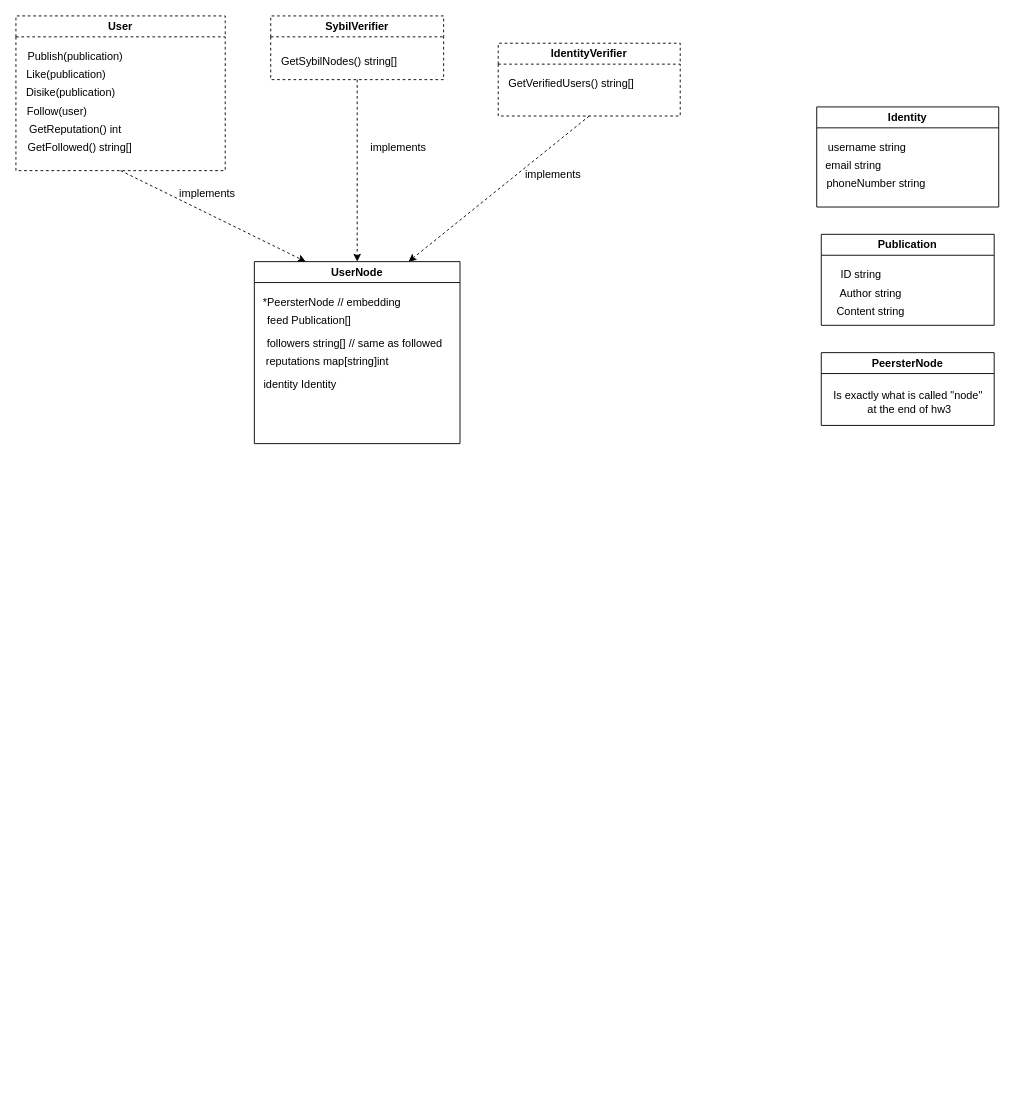
gmessmer/cs438 keeps this draw.io diagram as diagrams/Minotor_diagram.drawio. Above is the earlier version. Source tidied: cells renumbered, new cells numbered last; positions are measured from the earlier drawing's top-left corner, leaving out a move shared by most shapes. Both pictures are drawn from the tidied source at 91%, with x=0, y=0 at pixel (15, 15).
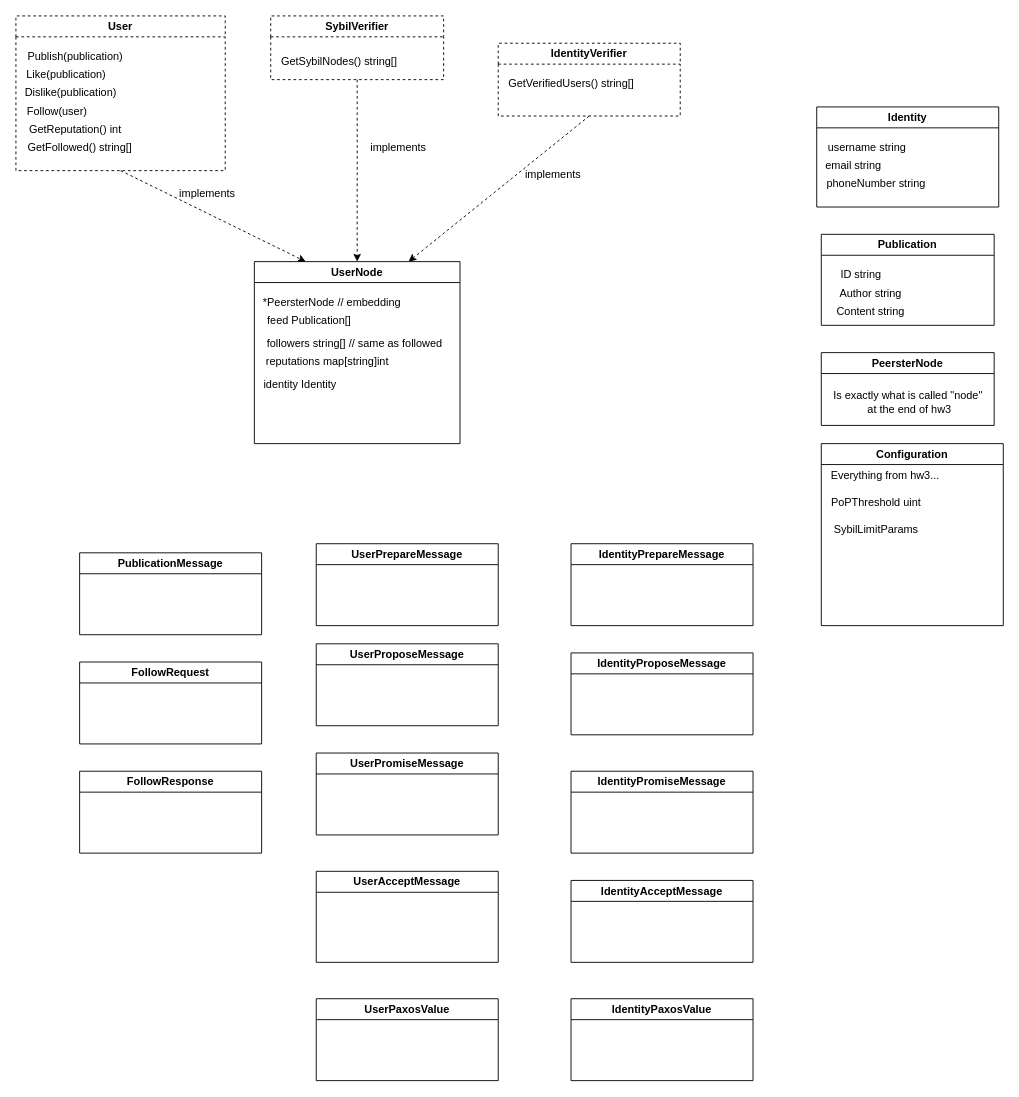
The same page after the edit.

Unchanged cells that the change refers to:
```xml
<mxCell id="3" value="User" style="swimlane;whiteSpace=wrap;html=1;dashed=1;" parent="1" vertex="1">
  <mxGeometry width="230" height="170" as="geometry" />
</mxCell>
```

What changed in the source:
```diff
@@
-    <mxCell id="6" value="Disike(publication)" style="text;html=1;align=center;verticalAlign=middle;strokeColor=none;fillColor=none;dashed=1;" parent="3" vertex="1">
+    <mxCell id="6" value="Dislike(publication)" style="text;html=1;align=center;verticalAlign=middle;strokeColor=none;fillColor=none;dashed=1;" parent="3" vertex="1">
       <mxGeometry y="70" width="120" height="30" as="geometry" />
     </mxCell>
@@
+    <mxCell id="35" value="Configuration" style="swimlane;whiteSpace=wrap;html=1;" parent="1" vertex="1">
+      <mxGeometry x="885" y="470" width="200" height="200" as="geometry" />
+    </mxCell>
+    <mxCell id="36" value="PoPThreshold uint" style="text;html=1;align=center;verticalAlign=middle;strokeColor=none;fillColor=none;" parent="35" vertex="1">
+      <mxGeometry y="50" width="120" height="30" as="geometry" />
+    </mxCell>
+    <mxCell id="37" value="SybilLimitParams" style="text;html=1;align=center;verticalAlign=middle;strokeColor=none;fillColor=none;" parent="35" vertex="1">
+      <mxGeometry y="80" width="120" height="30" as="geometry" />
+    </mxCell>
+    <mxCell id="38" value="Everything from hw3..." style="text;html=1;align=center;verticalAlign=middle;strokeColor=none;fillColor=none;" parent="35" vertex="1">
+      <mxGeometry y="20" width="140" height="30" as="geometry" />
+    </mxCell>
+    <mxCell id="39" value="PublicationMessage" style="swimlane;whiteSpace=wrap;html=1;" parent="1" vertex="1">
+      <mxGeometry x="70" y="590" width="200" height="90" as="geometry" />
+    </mxCell>
+    <mxCell id="40" value="UserPrepareMessage" style="swimlane;whiteSpace=wrap;html=1;" parent="1" vertex="1">
+      <mxGeometry x="330" y="580" width="200" height="90" as="geometry" />
+    </mxCell>
+    <mxCell id="41" value="UserProposeMessage" style="swimlane;whiteSpace=wrap;html=1;" parent="1" vertex="1">
+      <mxGeometry x="330" y="690" width="200" height="90" as="geometry" />
+    </mxCell>
+    <mxCell id="42" value="UserPromiseMessage" style="swimlane;whiteSpace=wrap;html=1;" parent="1" vertex="1">
+      <mxGeometry x="330" y="810" width="200" height="90" as="geometry" />
+    </mxCell>
+    <mxCell id="43" value="UserAcceptMessage" style="swimlane;whiteSpace=wrap;html=1;" parent="1" vertex="1">
+      <mxGeometry x="330" y="940" width="200" height="100" as="geometry" />
+    </mxCell>
+    <mxCell id="44" value="IdentityPrepareMessage" style="swimlane;whiteSpace=wrap;html=1;" parent="1" vertex="1">
+      <mxGeometry x="610" y="580" width="200" height="90" as="geometry" />
+    </mxCell>
+    <mxCell id="45" value="IdentityProposeMessage" style="swimlane;whiteSpace=wrap;html=1;" parent="1" vertex="1">
+      <mxGeometry x="610" y="700" width="200" height="90" as="geometry" />
+    </mxCell>
+    <mxCell id="46" value="IdentityPromiseMessage" style="swimlane;whiteSpace=wrap;html=1;" parent="1" vertex="1">
+      <mxGeometry x="610" y="830" width="200" height="90" as="geometry" />
+    </mxCell>
+    <mxCell id="47" value="IdentityAcceptMessage" style="swimlane;whiteSpace=wrap;html=1;" parent="1" vertex="1">
+      <mxGeometry x="610" y="950" width="200" height="90" as="geometry" />
+    </mxCell>
+    <mxCell id="48" value="UserPaxosValue" style="swimlane;whiteSpace=wrap;html=1;" parent="1" vertex="1">
+      <mxGeometry x="330" y="1080" width="200" height="90" as="geometry" />
+    </mxCell>
+    <mxCell id="49" value="IdentityPaxosValue" style="swimlane;whiteSpace=wrap;html=1;" parent="1" vertex="1">
+      <mxGeometry x="610" y="1080" width="200" height="90" as="geometry" />
+    </mxCell>
+    <mxCell id="50" value="FollowRequest" style="swimlane;whiteSpace=wrap;html=1;" parent="1" vertex="1">
+      <mxGeometry x="70" y="710" width="200" height="90" as="geometry" />
+    </mxCell>
+    <mxCell id="51" value="FollowResponse" style="swimlane;whiteSpace=wrap;html=1;" parent="1" vertex="1">
+      <mxGeometry x="70" y="830" width="200" height="90" as="geometry" />
+    </mxCell>
```
